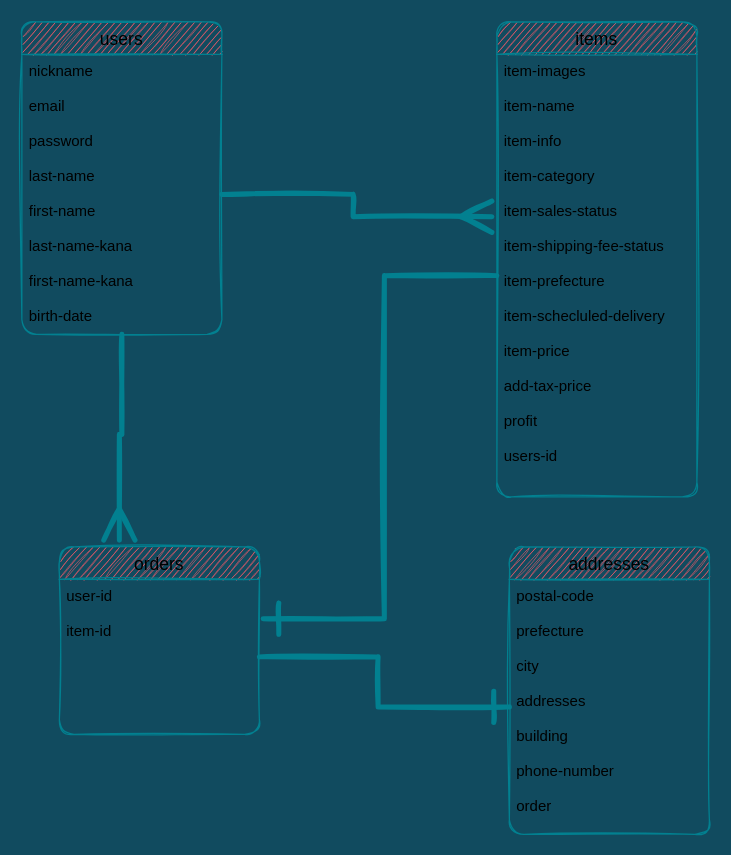
This is page "ページ1" (1 of 2) of test.dio from kou829/furima-31787, a draw.io file, before an edit. Source tidied: cells renumbered, new cells numbered last; positions are measured from the earlier drawing's top-left corner, leaving out a move shared by most shapes. Both pictures are drawn from the tidied source at 125%, with x=0, y=0 at pixel (21, 21).
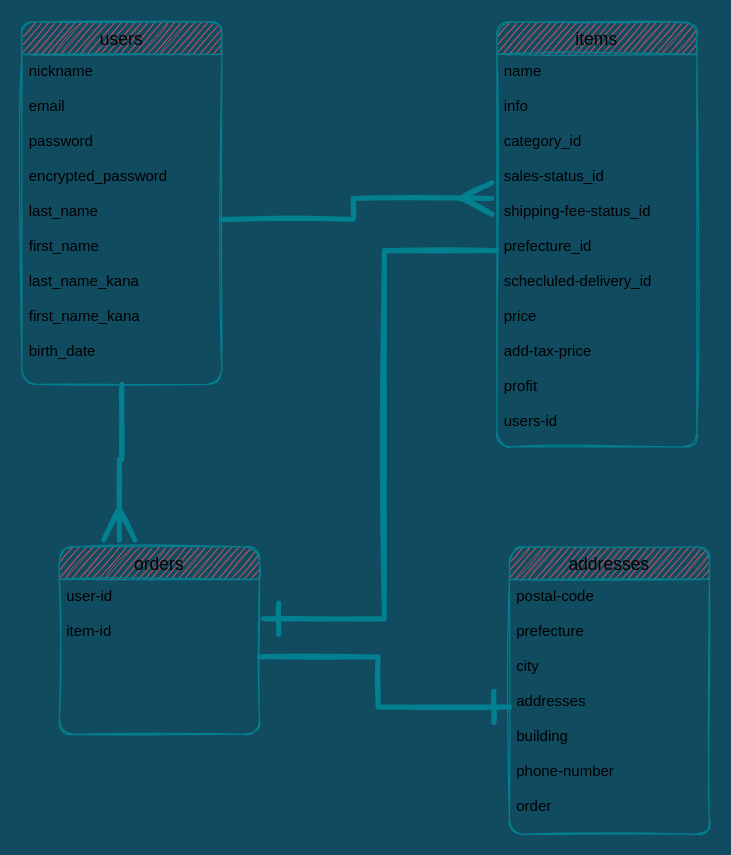
Above is the later version.

Commit message (it also covers changes not shown here):
ER図・データベース設計　修正

Diff of the diagram source:
```diff
@@
 <mxGraphModel background="#114B5F">
   <root>
     <mxCell id="0" />
     <mxCell id="1" parent="0" />
     <mxCell id="2" value="items" style="swimlane;fontStyle=0;horizontal=1;startSize=26;align=center;fontSize=14;rounded=1;sketch=1;strokeColor=#028090;fillColor=#F45B69;" parent="1" vertex="1">
-      <mxGeometry x="380" width="160" height="380" as="geometry" />
+      <mxGeometry x="380" width="160" height="340" as="geometry" />
     </mxCell>
-    <mxCell id="3" value="item-images&#10;&#10;item-name&#10;&#10;item-info&#10;&#10;item-category&#10;&#10;item-sales-status&#10;&#10;item-shipping-fee-status&#10;&#10;item-prefecture&#10;&#10;item-schecluled-delivery&#10;&#10;item-price&#10;&#10;add-tax-price&#10;&#10;profit&#10;&#10;users-id&#10;&#10;&#10;&#10;&#10;&#10;" style="text;strokeColor=none;fillColor=none;spacingLeft=4;spacingRight=4;overflow=hidden;points=[[0,0.5],[1,0.5]];portConstraint=eastwest;fontSize=12;" parent="2" vertex="1">
-      <mxGeometry y="26" width="160" height="354" as="geometry" />
+    <mxCell id="3" value="name&#10;&#10;info&#10;&#10;category_id&#10;&#10;sales-status_id&#10;&#10;shipping-fee-status_id&#10;&#10;prefecture_id&#10;&#10;schecluled-delivery_id&#10;&#10;price&#10;&#10;add-tax-price&#10;&#10;profit&#10;&#10;users-id&#10;&#10;&#10;&#10;&#10;&#10;" style="text;strokeColor=none;fillColor=none;spacingLeft=4;spacingRight=4;overflow=hidden;points=[[0,0.5],[1,0.5]];portConstraint=eastwest;fontSize=12;" parent="2" vertex="1">
+      <mxGeometry y="26" width="160" height="314" as="geometry" />
     </mxCell>
     <mxCell id="4" style="edgeStyle=orthogonalEdgeStyle;rounded=0;sketch=1;jumpSize=13;jettySize=auto;html=1;entryX=0.3;entryY=-0.036;entryDx=0;entryDy=0;entryPerimeter=0;startSize=20;endArrow=ERmany;endFill=0;endSize=20;strokeColor=#028090;strokeWidth=4;fillColor=#F45B69;fontColor=#E4FDE1;" parent="1" edge="1" source="5" target="9">
       <mxGeometry relative="1" as="geometry" />
     </mxCell>
     <mxCell id="5" value="users" style="swimlane;fontStyle=0;horizontal=1;startSize=26;align=center;fontSize=14;rounded=1;sketch=1;strokeColor=#028090;fillColor=#F45B69;" parent="1" vertex="1">
-      <mxGeometry width="160" height="250" as="geometry" />
+      <mxGeometry width="160" height="290" as="geometry" />
     </mxCell>
-    <mxCell id="6" value="nickname&#10;&#10;email &#10;&#10;password&#10;&#10;last-name&#10;&#10;first-name&#10;&#10;last-name-kana&#10;&#10;first-name-kana&#10;&#10;birth-date" style="text;strokeColor=none;fillColor=none;spacingLeft=4;spacingRight=4;overflow=hidden;points=[[0,0.5],[1,0.5]];portConstraint=eastwest;fontSize=12;" parent="5" vertex="1">
-      <mxGeometry y="26" width="160" height="224" as="geometry" />
+    <mxCell id="6" value="nickname&#10;&#10;email &#10;&#10;password&#10;&#10;encrypted_password&#10;&#10;last_name&#10;&#10;first_name&#10;&#10;last_name_kana&#10;&#10;first_name_kana&#10;&#10;birth_date" style="text;strokeColor=none;fillColor=none;spacingLeft=4;spacingRight=4;overflow=hidden;points=[[0,0.5],[1,0.5]];portConstraint=eastwest;fontSize=12;" parent="5" vertex="1">
+      <mxGeometry y="26" width="160" height="264" as="geometry" />
     </mxCell>
     <mxCell id="7" style="edgeStyle=orthogonalEdgeStyle;rounded=0;sketch=1;jumpSize=13;jettySize=auto;html=1;exitX=1;exitY=0.5;exitDx=0;exitDy=0;entryX=-0.025;entryY=0.367;entryDx=0;entryDy=0;entryPerimeter=0;startSize=20;endArrow=ERmany;endFill=0;endSize=20;strokeColor=#028090;fillColor=#F45B69;fontColor=#E4FDE1;strokeWidth=4;" parent="1" edge="1" source="6" target="3">
       <mxGeometry relative="1" as="geometry" />
     </mxCell>
     <mxCell id="8" style="edgeStyle=orthogonalEdgeStyle;rounded=0;sketch=1;jumpSize=13;jettySize=auto;html=1;entryX=1.019;entryY=0.254;entryDx=0;entryDy=0;entryPerimeter=0;startSize=20;endArrow=ERone;endFill=0;endSize=20;strokeColor=#028090;strokeWidth=4;fillColor=#F45B69;fontColor=#E4FDE1;" parent="1" edge="1" source="3" target="10">
       <mxGeometry relative="1" as="geometry" />
     </mxCell>
     <mxCell id="9" value="orders" style="swimlane;fontStyle=0;horizontal=1;startSize=26;align=center;fontSize=14;rounded=1;sketch=1;strokeColor=#028090;fillColor=#F45B69;" parent="1" vertex="1">
       <mxGeometry x="30" y="420" width="160" height="150" as="geometry" />
     </mxCell>
     <mxCell id="10" value="user-id&#10;&#10;item-id&#10;&#10;&#10;&#10;" style="text;strokeColor=none;fillColor=none;spacingLeft=4;spacingRight=4;overflow=hidden;points=[[0,0.5],[1,0.5]];portConstraint=eastwest;fontSize=12;" parent="9" vertex="1">
       <mxGeometry y="26" width="160" height="124" as="geometry" />
     </mxCell>
     <mxCell id="11" value="addresses" style="swimlane;fontStyle=0;horizontal=1;startSize=26;align=center;fontSize=14;rounded=1;sketch=1;strokeColor=#028090;fillColor=#F45B69;" parent="1" vertex="1">
       <mxGeometry x="390" y="420" width="160" height="230" as="geometry" />
     </mxCell>
     <mxCell id="12" value="postal-code&#10;&#10;prefecture&#10;&#10;city&#10;&#10;addresses&#10;&#10;building&#10;&#10;phone-number&#10;&#10;order" style="text;strokeColor=none;fillColor=none;spacingLeft=4;spacingRight=4;overflow=hidden;points=[[0,0.5],[1,0.5]];portConstraint=eastwest;fontSize=12;" parent="11" vertex="1">
       <mxGeometry y="26" width="160" height="204" as="geometry" />
     </mxCell>
     <mxCell id="13" style="edgeStyle=orthogonalEdgeStyle;rounded=0;sketch=1;jumpSize=13;jettySize=auto;html=1;exitX=1;exitY=0.5;exitDx=0;exitDy=0;entryX=0;entryY=0.5;entryDx=0;entryDy=0;startSize=20;endArrow=ERone;endFill=0;endSize=20;strokeColor=#028090;strokeWidth=4;fillColor=#F45B69;fontColor=#E4FDE1;" parent="1" edge="1" source="10" target="12">
       <mxGeometry relative="1" as="geometry" />
     </mxCell>
   </root>
 </mxGraphModel>
```
